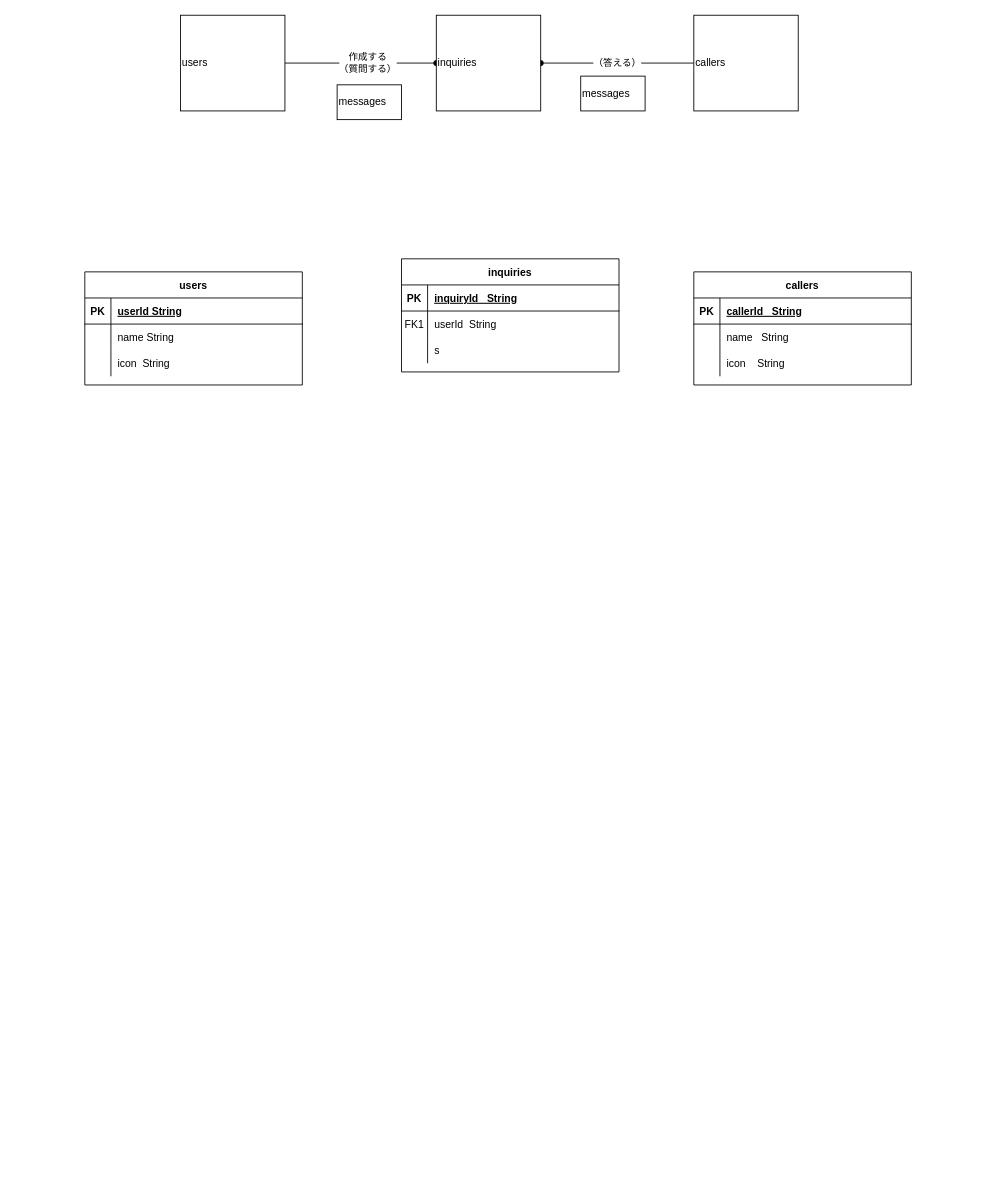
The draw.io diagram page "data" (2 of 2) of Untitled Diagram.drawio in neco3coffee/flutter_inquiry_visualization, before the edit. Source tidied: cells renumbered, new cells numbered last; positions are measured from the earlier drawing's top-left corner, leaving out a move shared by most shapes. Both pictures are drawn from the tidied source at 87%, with x=0, y=0 at pixel (84, 15).
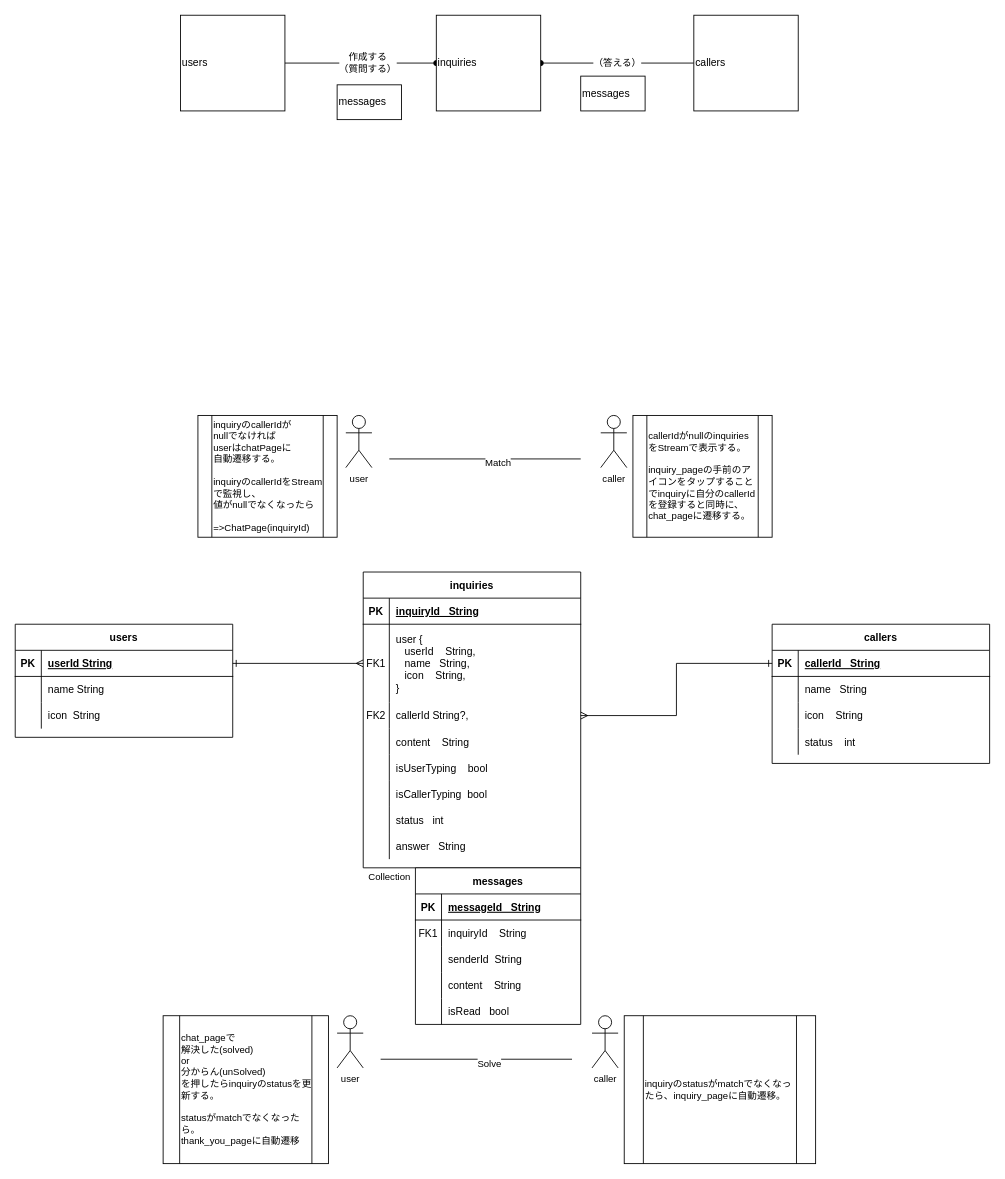
The same diagram, later.

Unchanged cells that the change refers to:
```xml
<mxCell id="13" style="shape=partialRectangle;fillColor=none;points=[[0,0.5],[1,0.5]];portConstraint=eastwest;top=0;left=0;right=0;bottom=1;" parent="12" vertex="1">
  <mxGeometry y="30" width="250" height="30" as="geometry" />
</mxCell>
<mxCell id="23" style="shape=partialRectangle;fillColor=none;points=[[0,0.5],[1,0.5]];portConstraint=eastwest;top=0;left=0;right=0;bottom=1;" parent="22" vertex="1">
  <mxGeometry y="30" width="250" height="30" as="geometry" />
</mxCell>
```

What changed in the source:
```diff
@@
     <mxCell id="2" value="inquiries" style="shape=table;startSize=30;childLayout=tableLayout;rowLines=0;fontStyle=1;align=center;" parent="1" vertex="1">
-      <mxGeometry x="364" y="280" width="250" height="130" as="geometry" />
+      <mxGeometry x="320" y="640" width="250" height="340" as="geometry" />
     </mxCell>
@@
     <mxCell id="6" style="shape=partialRectangle;fillColor=none;points=[[0,0.5],[1,0.5]];portConstraint=eastwest;top=0;left=0;right=0;bottom=0;" parent="2" vertex="1">
-      <mxGeometry y="60" width="250" height="30" as="geometry" />
+      <mxGeometry y="60" width="250" height="90" as="geometry" />
     </mxCell>
     <mxCell id="7" value="FK1" style="shape=partialRectangle;overflow=hidden;fillColor=none;top=0;left=0;bottom=0;right=0;" parent="6" vertex="1">
-      <mxGeometry width="30" height="30" as="geometry" />
+      <mxGeometry width="30" height="90" as="geometry" />
     </mxCell>
-    <mxCell id="8" value="userId  String" style="shape=partialRectangle;overflow=hidden;fillColor=none;top=0;left=0;bottom=0;right=0;align=left;spacingLeft=6;" parent="6" vertex="1">
-      <mxGeometry x="30" width="220" height="30" as="geometry" />
+    <mxCell id="8" value="user {&#10;   userId    String,&#10;   name   String,&#10;   icon    String,&#10;}" style="shape=partialRectangle;overflow=hidden;fillColor=none;top=0;left=0;bottom=0;right=0;align=left;spacingLeft=6;" parent="6" vertex="1">
+      <mxGeometry x="30" width="220" height="90" as="geometry" />
     </mxCell>
     <mxCell id="9" style="shape=partialRectangle;fillColor=none;points=[[0,0.5],[1,0.5]];portConstraint=eastwest;top=0;left=0;right=0;bottom=0;" parent="2" vertex="1">
-      <mxGeometry y="90" width="250" height="30" as="geometry" />
+      <mxGeometry y="150" width="250" height="30" as="geometry" />
     </mxCell>
-    <mxCell id="10" style="shape=partialRectangle;overflow=hidden;fillColor=none;top=0;left=0;bottom=0;right=0;" parent="9" vertex="1">
+    <mxCell id="10" value="FK2" style="shape=partialRectangle;overflow=hidden;fillColor=none;top=0;left=0;bottom=0;right=0;" parent="9" vertex="1">
       <mxGeometry width="30" height="30" as="geometry" />
     </mxCell>
-    <mxCell id="11" value="s" style="shape=partialRectangle;overflow=hidden;fillColor=none;top=0;left=0;bottom=0;right=0;align=left;spacingLeft=6;" parent="9" vertex="1">
+    <mxCell id="11" value="callerId String?," style="shape=partialRectangle;overflow=hidden;fillColor=none;top=0;left=0;bottom=0;right=0;align=left;spacingLeft=6;" parent="9" vertex="1">
       <mxGeometry x="30" width="220" height="30" as="geometry" />
     </mxCell>
+    <mxCell id="40" style="shape=partialRectangle;fillColor=none;top=0;left=0;right=0;bottom=0;" parent="2" vertex="1">
+      <mxGeometry y="180" width="250" height="30" as="geometry" />
+    </mxCell>
+    <mxCell id="41" style="shape=partialRectangle;overflow=hidden;fillColor=none;top=0;left=0;bottom=0;right=0;" parent="40" vertex="1">
+      <mxGeometry width="30" height="30" as="geometry" />
+    </mxCell>
+    <mxCell id="42" value="content    String" style="shape=partialRectangle;overflow=hidden;fillColor=none;top=0;left=0;bottom=0;right=0;align=left;spacingLeft=6;" parent="40" vertex="1">
+      <mxGeometry x="30" width="220" height="30" as="geometry" />
+    </mxCell>
+    <mxCell id="43" style="shape=partialRectangle;fillColor=none;top=0;left=0;right=0;bottom=0;" parent="2" vertex="1">
+      <mxGeometry y="210" width="250" height="30" as="geometry" />
+    </mxCell>
+    <mxCell id="44" style="shape=partialRectangle;overflow=hidden;fillColor=none;top=0;left=0;bottom=0;right=0;" parent="43" vertex="1">
+      <mxGeometry width="30" height="30" as="geometry" />
+    </mxCell>
+    <mxCell id="45" value="isUserTyping    bool" style="shape=partialRectangle;overflow=hidden;fillColor=none;top=0;left=0;bottom=0;right=0;align=left;spacingLeft=6;" parent="43" vertex="1">
+      <mxGeometry x="30" width="220" height="30" as="geometry" />
+    </mxCell>
+    <mxCell id="46" style="shape=partialRectangle;fillColor=none;top=0;left=0;right=0;bottom=0;" parent="2" vertex="1">
+      <mxGeometry y="240" width="250" height="30" as="geometry" />
+    </mxCell>
+    <mxCell id="47" style="shape=partialRectangle;overflow=hidden;fillColor=none;top=0;left=0;bottom=0;right=0;" parent="46" vertex="1">
+      <mxGeometry width="30" height="30" as="geometry" />
+    </mxCell>
+    <mxCell id="48" value="isCallerTyping  bool" style="shape=partialRectangle;overflow=hidden;fillColor=none;top=0;left=0;bottom=0;right=0;align=left;spacingLeft=6;" parent="46" vertex="1">
+      <mxGeometry x="30" width="220" height="30" as="geometry" />
+    </mxCell>
+    <mxCell id="49" style="shape=partialRectangle;fillColor=none;top=0;left=0;right=0;bottom=0;" parent="2" vertex="1">
+      <mxGeometry y="270" width="250" height="30" as="geometry" />
+    </mxCell>
+    <mxCell id="50" style="shape=partialRectangle;overflow=hidden;fillColor=none;top=0;left=0;bottom=0;right=0;" parent="49" vertex="1">
+      <mxGeometry width="30" height="30" as="geometry" />
+    </mxCell>
+    <mxCell id="51" value="status   int" style="shape=partialRectangle;overflow=hidden;fillColor=none;top=0;left=0;bottom=0;right=0;align=left;spacingLeft=6;" parent="49" vertex="1">
+      <mxGeometry x="30" width="220" height="30" as="geometry" />
+    </mxCell>
+    <mxCell id="52" style="shape=partialRectangle;fillColor=none;top=0;left=0;right=0;bottom=0;" parent="2" vertex="1">
+      <mxGeometry y="300" width="250" height="30" as="geometry" />
+    </mxCell>
+    <mxCell id="53" style="shape=partialRectangle;overflow=hidden;fillColor=none;top=0;left=0;bottom=0;right=0;" parent="52" vertex="1">
+      <mxGeometry width="30" height="30" as="geometry" />
+    </mxCell>
+    <mxCell id="54" value="answer   String" style="shape=partialRectangle;overflow=hidden;fillColor=none;top=0;left=0;bottom=0;right=0;align=left;spacingLeft=6;" parent="52" vertex="1">
+      <mxGeometry x="30" width="220" height="30" as="geometry" />
+    </mxCell>
+    <mxCell id="55" style="edgeStyle=orthogonalEdgeStyle;rounded=0;jettySize=auto;html=1;fontSize=11;startArrow=ERone;startFill=0;endArrow=ERmany;endFill=0;exitX=0;exitY=0.5;exitDx=0;exitDy=0;" parent="1" edge="1" source="13" target="9">
+      <mxGeometry relative="1" as="geometry" />
+    </mxCell>
     <mxCell id="12" value="callers" style="shape=table;startSize=30;childLayout=tableLayout;rowLines=0;fontStyle=1;align=center;" parent="1" vertex="1">
-      <mxGeometry x="700" y="295" width="250" height="130" as="geometry" />
+      <mxGeometry x="790" y="700" width="250" height="160" as="geometry" />
     </mxCell>
@@
+    <mxCell id="56" style="shape=partialRectangle;fillColor=none;top=0;left=0;right=0;bottom=0;" parent="12" vertex="1">
+      <mxGeometry y="120" width="250" height="30" as="geometry" />
+    </mxCell>
+    <mxCell id="57" style="shape=partialRectangle;overflow=hidden;fillColor=none;top=0;left=0;bottom=0;right=0;" parent="56" vertex="1">
+      <mxGeometry width="30" height="30" as="geometry" />
+    </mxCell>
+    <mxCell id="58" value="status    int" style="shape=partialRectangle;overflow=hidden;fillColor=none;top=0;left=0;bottom=0;right=0;align=left;spacingLeft=6;" parent="56" vertex="1">
+      <mxGeometry x="30" width="220" height="30" as="geometry" />
+    </mxCell>
     <mxCell id="22" value="users" style="shape=table;startSize=30;childLayout=tableLayout;rowLines=0;fontStyle=1;align=center;" parent="1" vertex="1">
-      <mxGeometry y="295" width="250" height="130" as="geometry" />
+      <mxGeometry x="-80" y="700" width="250" height="130" as="geometry" />
     </mxCell>
@@
+    <mxCell id="59" value="messages" style="shape=table;startSize=30;childLayout=tableLayout;rowLines=0;fontStyle=1;align=center;" parent="1" vertex="1">
+      <mxGeometry x="380" y="980" width="190" height="180" as="geometry" />
+    </mxCell>
+    <mxCell id="60" style="shape=partialRectangle;fillColor=none;top=0;left=0;right=0;bottom=1;" parent="59" vertex="1">
+      <mxGeometry y="30" width="190" height="30" as="geometry" />
+    </mxCell>
+    <mxCell id="61" value="PK" style="shape=partialRectangle;overflow=hidden;fillColor=none;top=0;left=0;bottom=0;right=0;fontStyle=1;" parent="60" vertex="1">
+      <mxGeometry width="30" height="30" as="geometry" />
+    </mxCell>
+    <mxCell id="62" value="messageId   String" style="shape=partialRectangle;overflow=hidden;fillColor=none;top=0;left=0;bottom=0;right=0;align=left;spacingLeft=6;fontStyle=5;" parent="60" vertex="1">
+      <mxGeometry x="30" width="160" height="30" as="geometry" />
+    </mxCell>
+    <mxCell id="63" style="shape=partialRectangle;fillColor=none;top=0;left=0;right=0;bottom=0;" parent="59" vertex="1">
+      <mxGeometry y="60" width="190" height="30" as="geometry" />
+    </mxCell>
+    <mxCell id="64" value="FK1" style="shape=partialRectangle;overflow=hidden;fillColor=none;top=0;left=0;bottom=0;right=0;" parent="63" vertex="1">
+      <mxGeometry width="30" height="30" as="geometry" />
+    </mxCell>
+    <mxCell id="65" value="inquiryId    String" style="shape=partialRectangle;overflow=hidden;fillColor=none;top=0;left=0;bottom=0;right=0;align=left;spacingLeft=6;" parent="63" vertex="1">
+      <mxGeometry x="30" width="160" height="30" as="geometry" />
+    </mxCell>
+    <mxCell id="66" style="shape=partialRectangle;fillColor=none;top=0;left=0;right=0;bottom=0;" parent="59" vertex="1">
+      <mxGeometry y="90" width="190" height="30" as="geometry" />
+    </mxCell>
+    <mxCell id="67" style="shape=partialRectangle;overflow=hidden;fillColor=none;top=0;left=0;bottom=0;right=0;" parent="66" vertex="1">
+      <mxGeometry width="30" height="30" as="geometry" />
+    </mxCell>
+    <mxCell id="68" value="senderId  String" style="shape=partialRectangle;overflow=hidden;fillColor=none;top=0;left=0;bottom=0;right=0;align=left;spacingLeft=6;" parent="66" vertex="1">
+      <mxGeometry x="30" width="160" height="30" as="geometry" />
+    </mxCell>
+    <mxCell id="69" style="shape=partialRectangle;fillColor=none;top=0;left=0;right=0;bottom=0;" parent="59" vertex="1">
+      <mxGeometry y="120" width="190" height="30" as="geometry" />
+    </mxCell>
+    <mxCell id="70" style="shape=partialRectangle;overflow=hidden;fillColor=none;top=0;left=0;bottom=0;right=0;" parent="69" vertex="1">
+      <mxGeometry width="30" height="30" as="geometry" />
+    </mxCell>
+    <mxCell id="71" value="content    String" style="shape=partialRectangle;overflow=hidden;fillColor=none;top=0;left=0;bottom=0;right=0;align=left;spacingLeft=6;" parent="69" vertex="1">
+      <mxGeometry x="30" width="160" height="30" as="geometry" />
+    </mxCell>
+    <mxCell id="72" style="shape=partialRectangle;fillColor=none;top=0;left=0;right=0;bottom=0;" parent="59" vertex="1">
+      <mxGeometry y="150" width="190" height="30" as="geometry" />
+    </mxCell>
+    <mxCell id="73" style="shape=partialRectangle;overflow=hidden;fillColor=none;top=0;left=0;bottom=0;right=0;" parent="72" vertex="1">
+      <mxGeometry width="30" height="30" as="geometry" />
+    </mxCell>
+    <mxCell id="74" value="isRead   bool" style="shape=partialRectangle;overflow=hidden;fillColor=none;top=0;left=0;bottom=0;right=0;align=left;spacingLeft=6;" parent="72" vertex="1">
+      <mxGeometry x="30" width="160" height="30" as="geometry" />
+    </mxCell>
+    <mxCell id="75" value="Collection" style="text;html=1;align=center;verticalAlign=middle;fillColor=none;strokeColor=none;rounded=0;fontSize=11;" parent="1" vertex="1">
+      <mxGeometry x="320" y="980" width="60" height="20" as="geometry" />
+    </mxCell>
+    <mxCell id="76" style="edgeStyle=orthogonalEdgeStyle;rounded=0;jettySize=auto;html=1;entryX=0;entryY=0.5;entryDx=0;entryDy=0;fontSize=11;endArrow=ERmany;endFill=0;startArrow=ERone;startFill=0;" parent="1" edge="1" source="23" target="6">
+      <mxGeometry relative="1" as="geometry" />
+    </mxCell>
+    <mxCell id="77" value="callerIdがnullのinquiriesをStreamで表示する。&lt;br&gt;&lt;br&gt;inquiry_pageの手前のアイコンをタップすることでinquiryに自分のcallerIdを登録すると同時に、&lt;br&gt;chat_pageに遷移する。" style="shape=process;whiteSpace=wrap;html=1;backgroundOutline=1;fontSize=11;align=left;" parent="1" vertex="1">
+      <mxGeometry x="630" y="460" width="160" height="140" as="geometry" />
+    </mxCell>
+    <mxCell id="78" value="caller" style="shape=umlActor;verticalLabelPosition=bottom;verticalAlign=top;html=1;fontSize=11;" parent="1" vertex="1">
+      <mxGeometry x="593" y="460" width="30" height="60" as="geometry" />
+    </mxCell>
+    <mxCell id="79" value="inquiryのcallerIdが&lt;br&gt;nullでなければ&lt;br&gt;userはchatPageに&lt;br&gt;自動遷移する。&lt;br&gt;&lt;br&gt;inquiryのcallerIdをStreamで監視し、&lt;br&gt;値がnullでなくなったら&lt;br&gt;&lt;br&gt;=&amp;gt;ChatPage(inquiryId)" style="shape=process;whiteSpace=wrap;html=1;backgroundOutline=1;fontSize=11;align=left;" parent="1" vertex="1">
+      <mxGeometry x="130" y="460" width="160" height="140" as="geometry" />
+    </mxCell>
+    <mxCell id="80" value="user" style="shape=umlActor;verticalLabelPosition=bottom;verticalAlign=top;html=1;fontSize=11;" parent="1" vertex="1">
+      <mxGeometry x="300" y="460" width="30" height="60" as="geometry" />
+    </mxCell>
+    <mxCell id="81" style="endArrow=none;html=1;rounded=0;fontSize=11;" parent="1" edge="1">
+      <mxGeometry relative="1" as="geometry">
+        <mxPoint x="350" y="510" as="sourcePoint" />
+        <mxPoint x="570" y="510" as="targetPoint" />
+      </mxGeometry>
+    </mxCell>
+    <mxCell id="82" value="Match" style="edgeLabel;html=1;align=center;verticalAlign=middle;fontSize=11;" parent="81" vertex="1">
+      <mxGeometry x="0.13" y="-4" relative="1" as="geometry" />
+    </mxCell>
+    <mxCell id="83" value="inquiryのstatusがmatchでなくなったら、inquiry_pageに自動遷移。&lt;br&gt;" style="shape=process;whiteSpace=wrap;html=1;backgroundOutline=1;fontSize=11;align=left;" parent="1" vertex="1">
+      <mxGeometry x="620" y="1150" width="220" height="170" as="geometry" />
+    </mxCell>
+    <mxCell id="84" value="caller" style="shape=umlActor;verticalLabelPosition=bottom;verticalAlign=top;html=1;fontSize=11;" parent="1" vertex="1">
+      <mxGeometry x="583" y="1150" width="30" height="60" as="geometry" />
+    </mxCell>
+    <mxCell id="85" value="chat_pageで&lt;br&gt;解決した(solved)&lt;br&gt;or&lt;br&gt;分からん(unSolved)&lt;br&gt;を押したらinquiryのstatusを更新する。&lt;br&gt;&lt;br&gt;statusがmatchでなくなったら。&lt;br&gt;thank_you_pageに自動遷移" style="shape=process;whiteSpace=wrap;html=1;backgroundOutline=1;fontSize=11;align=left;" parent="1" vertex="1">
+      <mxGeometry x="90" y="1150" width="190" height="170" as="geometry" />
+    </mxCell>
+    <mxCell id="86" value="user" style="shape=umlActor;verticalLabelPosition=bottom;verticalAlign=top;html=1;fontSize=11;" parent="1" vertex="1">
+      <mxGeometry x="290" y="1150" width="30" height="60" as="geometry" />
+    </mxCell>
+    <mxCell id="87" style="endArrow=none;html=1;rounded=0;fontSize=11;" parent="1" edge="1">
+      <mxGeometry relative="1" as="geometry">
+        <mxPoint x="340" y="1200" as="sourcePoint" />
+        <mxPoint x="560" y="1200" as="targetPoint" />
+      </mxGeometry>
+    </mxCell>
+    <mxCell id="88" value="Solve" style="edgeLabel;html=1;align=center;verticalAlign=middle;fontSize=11;" parent="87" vertex="1">
+      <mxGeometry x="0.13" y="-4" relative="1" as="geometry" />
+    </mxCell>
```
